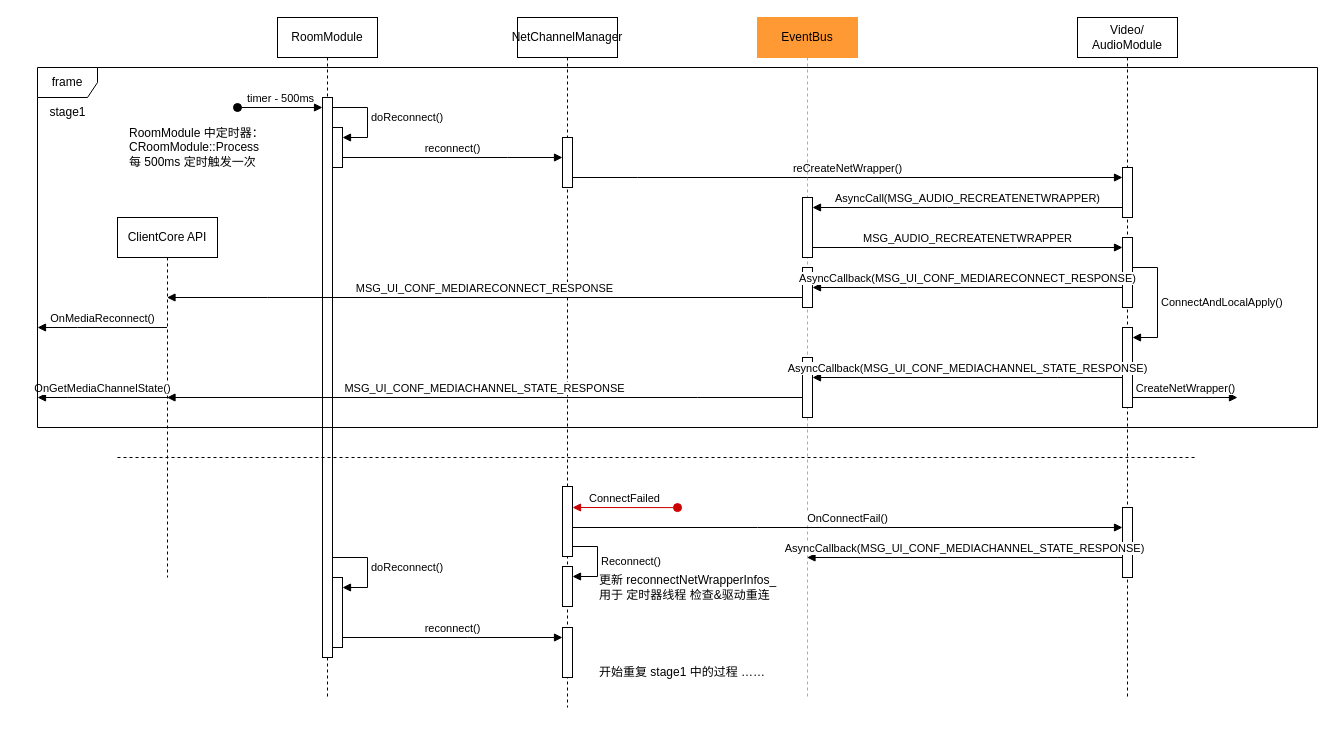
This is av-reconnect.drawio from cnnop007/arch-docs, a draw.io file, before an edit. Source tidied: cells renumbered, new cells numbered last; positions are measured from the earlier drawing's top-left corner, leaving out a move shared by most shapes. Both pictures are drawn from the tidied source at 100%, with x=0, y=0 at pixel (37, 17).
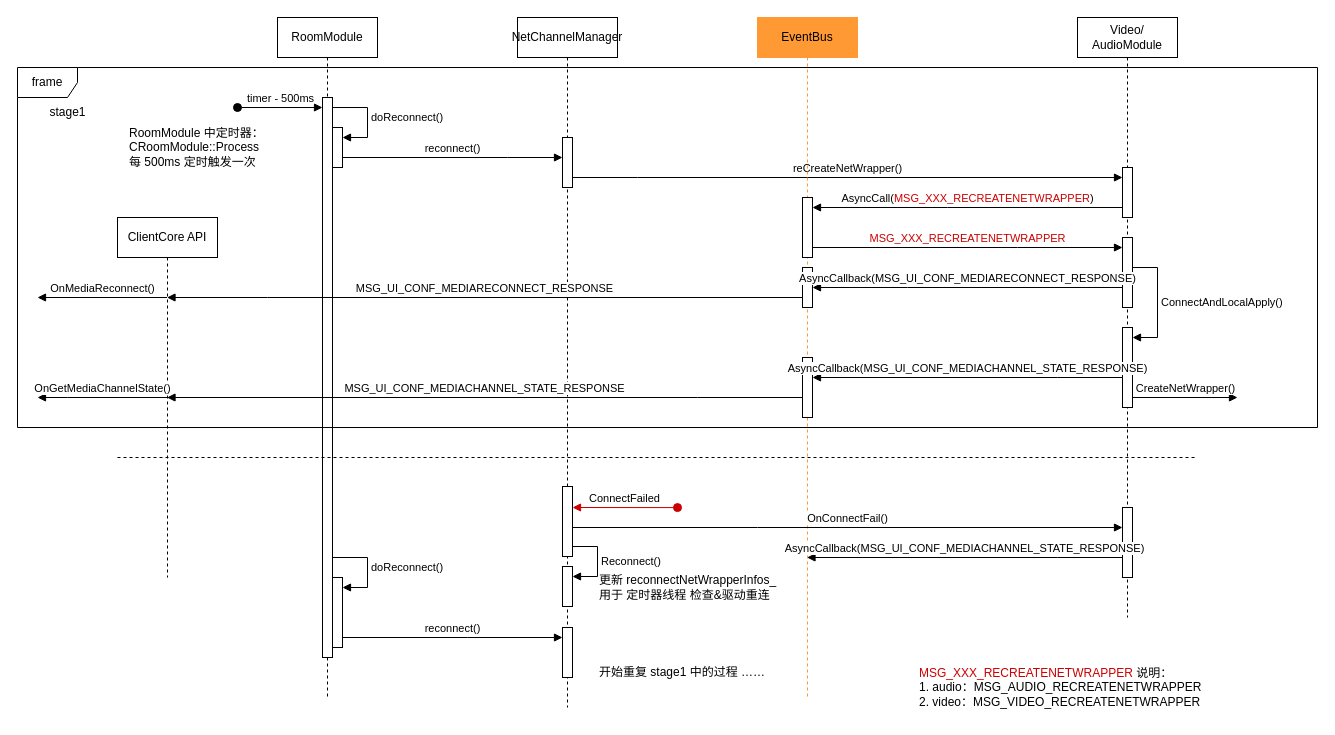
The same page after the edit.

Unchanged cells that the change refers to:
```xml
<mxCell id="18" style="html=1;points=[];perimeter=orthogonalPerimeter;outlineConnect=0;targetShapes=umlLifeline;portConstraint=eastwest;newEdgeStyle={&quot;edgeStyle&quot;:&quot;elbowEdgeStyle&quot;,&quot;elbow&quot;:&quot;vertical&quot;,&quot;curved&quot;:0,&quot;rounded&quot;:0};" parent="17" vertex="1">
  <mxGeometry x="45" y="150" width="10" height="50" as="geometry" />
</mxCell>
<mxCell id="19" style="html=1;points=[];perimeter=orthogonalPerimeter;outlineConnect=0;targetShapes=umlLifeline;portConstraint=eastwest;newEdgeStyle={&quot;edgeStyle&quot;:&quot;elbowEdgeStyle&quot;,&quot;elbow&quot;:&quot;vertical&quot;,&quot;curved&quot;:0,&quot;rounded&quot;:0};" parent="17" vertex="1">
  <mxGeometry x="45" y="220" width="10" height="70" as="geometry" />
</mxCell>
<mxCell id="25" style="html=1;points=[];perimeter=orthogonalPerimeter;outlineConnect=0;targetShapes=umlLifeline;portConstraint=eastwest;newEdgeStyle={&quot;edgeStyle&quot;:&quot;elbowEdgeStyle&quot;,&quot;elbow&quot;:&quot;vertical&quot;,&quot;curved&quot;:0,&quot;rounded&quot;:0};" parent="24" vertex="1">
  <mxGeometry x="45" y="180" width="10" height="60" as="geometry" />
</mxCell>
<mxCell id="32" value="ClientCore API" style="shape=umlLifeline;perimeter=lifelinePerimeter;whiteSpace=wrap;html=1;outlineConnect=0;portConstraint=eastwest;newEdgeStyle={&quot;edgeStyle&quot;:&quot;elbowEdgeStyle&quot;,&quot;elbow&quot;:&quot;vertical&quot;,&quot;curved&quot;:0,&quot;rounded&quot;:0};" parent="1" vertex="1">
  <mxGeometry x="80" y="200" width="100" height="360" as="geometry" />
</mxCell>
```

Change to the diagram source:
```diff
@@
     <mxCell id="17" value="Video/&lt;br&gt;AudioModule" style="shape=umlLifeline;perimeter=lifelinePerimeter;whiteSpace=wrap;html=1;newEdgeStyle={&quot;edgeStyle&quot;:&quot;elbowEdgeStyle&quot;,&quot;elbow&quot;:&quot;vertical&quot;,&quot;curved&quot;:0,&quot;rounded&quot;:0};" parent="1" vertex="1">
-      <mxGeometry x="1040" width="100" height="680" as="geometry" />
+      <mxGeometry x="1040" width="100" height="600" as="geometry" />
     </mxCell>
@@
-    <mxCell id="28" value="AsyncCall(MSG_AUDIO_RECREATENETWRAPPER)" style="html=1;verticalAlign=bottom;endArrow=block;edgeStyle=elbowEdgeStyle;elbow=vertical;curved=0;rounded=0;" parent="1" edge="1" source="18" target="25">
+    <mxCell id="28" value="AsyncCall(&lt;font color=&quot;#cc0000&quot;&gt;MSG_XXX_RECREATENETWRAPPER&lt;/font&gt;)" style="html=1;verticalAlign=bottom;endArrow=block;edgeStyle=elbowEdgeStyle;elbow=vertical;curved=0;rounded=0;" parent="1" edge="1" source="18" target="25">
       <mxGeometry relative="1" as="geometry">
         <Array as="points">
           <mxPoint x="910" y="190" />
         </Array>
       </mxGeometry>
     </mxCell>
@@
-    <mxCell id="30" value="MSG_AUDIO_RECREATENETWRAPPER" style="html=1;verticalAlign=bottom;endArrow=block;edgeStyle=elbowEdgeStyle;elbow=vertical;curved=0;rounded=0;" parent="1" edge="1" source="25" target="19">
+    <mxCell id="30" value="&lt;font color=&quot;#cc0000&quot;&gt;MSG_XXX_RECREATENETWRAPPER&lt;/font&gt;" style="html=1;verticalAlign=bottom;endArrow=block;edgeStyle=elbowEdgeStyle;elbow=vertical;curved=0;rounded=0;" parent="1" edge="1" source="25" target="19">
       <mxGeometry relative="1" as="geometry">
         <Array as="points">
           <mxPoint x="980" y="230" />
           <mxPoint x="820" y="240" />
         </Array>
       </mxGeometry>
     </mxCell>
@@
     <mxCell id="33" value="OnMediaReconnect()" style="html=1;verticalAlign=bottom;endArrow=block;edgeStyle=elbowEdgeStyle;elbow=vertical;curved=0;rounded=0;" parent="1" edge="1" source="32">
       <mxGeometry relative="1" as="geometry">
-        <mxPoint y="310" as="targetPoint" />
+        <mxPoint y="280" as="targetPoint" />
+        <Array as="points">
+          <mxPoint x="110" y="280" />
+        </Array>
       </mxGeometry>
     </mxCell>
@@
     <mxCell id="45" value="frame" style="shape=umlFrame;whiteSpace=wrap;html=1;" parent="1" vertex="1">
-      <mxGeometry y="50" width="1280" height="360" as="geometry" />
+      <mxGeometry x="-20" y="50" width="1300" height="360" as="geometry" />
     </mxCell>
@@
+    <mxCell id="47" value="&lt;font color=&quot;#cc0000&quot;&gt;MSG_XXX_RECREATENETWRAPPER&lt;/font&gt; 说明：&lt;br&gt;1. audio：MSG_AUDIO_RECREATENETWRAPPER&lt;br&gt;2. video：MSG_VIDEO_RECREATENETWRAPPER" style="text;html=1;align=left;verticalAlign=middle;strokeColor=none;fillColor=none;" parent="1" vertex="1">
+      <mxGeometry x="880" y="640" width="310" height="60" as="geometry" />
+    </mxCell>
```
